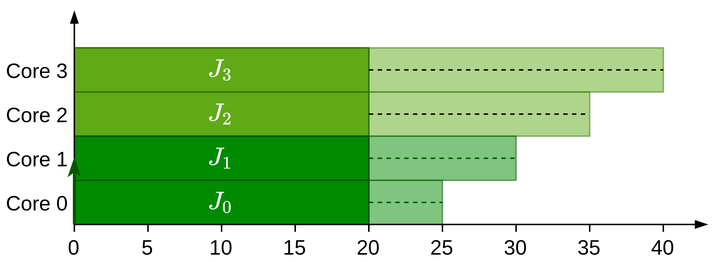
Earlier version of the draw.io export Notes/TFM/images/extra_03/precedence_solution_01_03.png (jmigual/APATeoria). Source tidied: cells renumbered, new cells last; positions are measured from the earlier drawing's top-left corner, leaving out a move shared by most shapes.
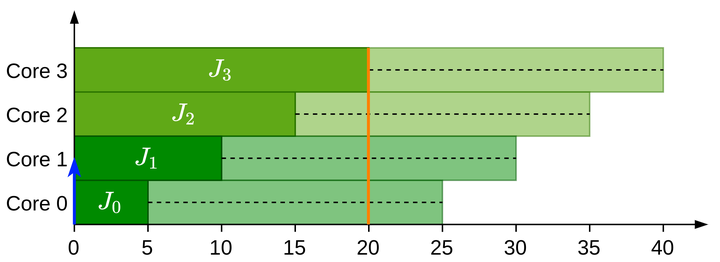
After the commit.

What changed in the source:
```diff
@@ -2,145 +2,154 @@
   <root>
     <mxCell id="0" />
     <mxCell id="1" parent="0" />
-    <mxCell id="2" style="rounded=0;whiteSpace=wrap;html=1;align=center;fillColor=#60a917;strokeColor=#2D7600;fontColor=#ffffff;comic=0;fontSize=14;opacity=50;" parent="1" vertex="1">
-      <mxGeometry x="200" y="25" width="250" height="30" as="geometry" />
+    <mxCell id="2" value="10" style="text;html=1;strokeColor=none;fillColor=none;align=center;verticalAlign=middle;whiteSpace=wrap;rounded=0;fontSize=14;" parent="1" vertex="1">
+      <mxGeometry x="645" y="35" width="20" height="20" as="geometry" />
     </mxCell>
-    <mxCell id="3" value="$$J_{3}$$" style="rounded=0;whiteSpace=wrap;html=1;align=center;fillColor=#60a917;strokeColor=#2D7600;fontColor=#ffffff;comic=0;fontSize=14;" parent="1" vertex="1">
-      <mxGeometry x="50" y="25" width="200" height="30" as="geometry" />
+    <mxCell id="3" style="rounded=0;whiteSpace=wrap;html=1;align=center;fillColor=#60a917;strokeColor=#2D7600;fontColor=#ffffff;comic=0;fontSize=14;opacity=50;" parent="1" vertex="1">
+      <mxGeometry x="705" y="25" width="250" height="30" as="geometry" />
     </mxCell>
-    <mxCell id="4" style="rounded=0;whiteSpace=wrap;html=1;align=center;fillColor=#60a917;strokeColor=#2D7600;fontColor=#ffffff;comic=0;fontSize=14;opacity=50;" parent="1" vertex="1">
-      <mxGeometry x="150" y="55" width="250" height="30" as="geometry" />
+    <mxCell id="4" value="$$J_{3}$$" style="rounded=0;whiteSpace=wrap;html=1;align=center;fillColor=#60a917;strokeColor=#2D7600;fontColor=#ffffff;comic=0;fontSize=14;" parent="1" vertex="1">
+      <mxGeometry x="555" y="25" width="200" height="30" as="geometry" />
     </mxCell>
-    <mxCell id="5" value="$$J_{2}$$" style="rounded=0;whiteSpace=wrap;html=1;align=center;fillColor=#60a917;strokeColor=#2D7600;fontColor=#ffffff;comic=0;fontSize=14;" parent="1" vertex="1">
-      <mxGeometry x="50" y="55" width="200" height="30" as="geometry" />
+    <mxCell id="5" style="rounded=0;whiteSpace=wrap;html=1;align=center;fillColor=#60a917;strokeColor=#2D7600;fontColor=#ffffff;comic=0;fontSize=14;opacity=50;" parent="1" vertex="1">
+      <mxGeometry x="655" y="55" width="250" height="30" as="geometry" />
     </mxCell>
-    <mxCell id="6" style="rounded=0;whiteSpace=wrap;html=1;align=center;fillColor=#008a00;strokeColor=#005700;fontColor=#ffffff;comic=0;fontSize=14;opacity=50;" parent="1" vertex="1">
-      <mxGeometry x="150" y="85" width="200" height="30" as="geometry" />
+    <mxCell id="6" value="$$J_{2}$$" style="rounded=0;whiteSpace=wrap;html=1;align=center;fillColor=#60a917;strokeColor=#2D7600;fontColor=#ffffff;comic=0;fontSize=14;" parent="1" vertex="1">
+      <mxGeometry x="555" y="55" width="150" height="30" as="geometry" />
     </mxCell>
-    <mxCell id="7" style="rounded=0;whiteSpace=wrap;html=1;align=center;fillColor=#008a00;strokeColor=#005700;fontColor=#ffffff;comic=0;fontSize=14;gradientDirection=east;opacity=50;" parent="1" vertex="1">
-      <mxGeometry x="100" y="115" width="200" height="30" as="geometry" />
+    <mxCell id="7" style="rounded=0;whiteSpace=wrap;html=1;align=center;fillColor=#008a00;strokeColor=#005700;fontColor=#ffffff;comic=0;fontSize=14;opacity=50;" parent="1" vertex="1">
+      <mxGeometry x="655" y="85" width="200" height="30" as="geometry" />
     </mxCell>
-    <mxCell id="8" value="$$J_{1}$$" style="rounded=0;whiteSpace=wrap;html=1;align=center;fillColor=#008a00;strokeColor=#005700;fontColor=#ffffff;comic=0;fontSize=14;" parent="1" vertex="1">
-      <mxGeometry x="50" y="85" width="200" height="30" as="geometry" />
+    <mxCell id="8" style="rounded=0;whiteSpace=wrap;html=1;align=center;fillColor=#008a00;strokeColor=#005700;fontColor=#ffffff;comic=0;fontSize=14;gradientDirection=east;opacity=50;" parent="1" vertex="1">
+      <mxGeometry x="605" y="115" width="200" height="30" as="geometry" />
     </mxCell>
-    <mxCell id="9" value="$$J_{0}$$" style="rounded=0;whiteSpace=wrap;html=1;align=center;fillColor=#008a00;strokeColor=#005700;fontColor=#ffffff;comic=0;fontSize=14;" parent="1" vertex="1">
-      <mxGeometry x="50" y="115" width="200" height="30" as="geometry" />
+    <mxCell id="9" value="$$J_{1}$$" style="rounded=0;whiteSpace=wrap;html=1;align=center;fillColor=#008a00;strokeColor=#005700;fontColor=#ffffff;comic=0;fontSize=14;" parent="1" vertex="1">
+      <mxGeometry x="555" y="85" width="100" height="30" as="geometry" />
     </mxCell>
-    <mxCell id="10" style="endArrow=blockThin;html=1;strokeColor=#000000;endFill=1;exitX=0.5;exitY=0;exitDx=0;exitDy=0;" parent="1" edge="1">
-      <mxGeometry relative="1" as="geometry">
-        <mxPoint x="50" y="150" as="sourcePoint" />
-        <mxPoint x="50" as="targetPoint" />
-      </mxGeometry>
+    <mxCell id="10" value="$$J_{0}$$" style="rounded=0;whiteSpace=wrap;html=1;align=center;fillColor=#008a00;strokeColor=#005700;fontColor=#ffffff;comic=0;fontSize=14;" parent="1" vertex="1">
+      <mxGeometry x="555" y="115" width="50" height="30" as="geometry" />
     </mxCell>
-    <mxCell id="11" value="&lt;div style=&quot;font-size: 14px;&quot;&gt;0&lt;/div&gt;" style="text;html=1;strokeColor=none;fillColor=none;align=center;verticalAlign=middle;whiteSpace=wrap;rounded=0;fontSize=14;" parent="1" vertex="1">
-      <mxGeometry x="40" y="150" width="20" height="20" as="geometry" />
+    <mxCell id="11" style="endArrow=blockThin;html=1;strokeColor=#000000;endFill=1;exitX=0.5;exitY=0;exitDx=0;exitDy=0;" parent="1" edge="1">
+      <mxGeometry relative="1" as="geometry">
+        <mxPoint x="555" y="150" as="sourcePoint" />
+        <mxPoint x="555" as="targetPoint" />
+      </mxGeometry>
     </mxCell>
-    <mxCell id="12" value="5" style="text;html=1;strokeColor=none;fillColor=none;align=center;verticalAlign=middle;whiteSpace=wrap;rounded=0;fontSize=14;" parent="1" vertex="1">
-      <mxGeometry x="90" y="150" width="20" height="20" as="geometry" />
+    <mxCell id="12" value="&lt;div style=&quot;font-size: 14px;&quot;&gt;0&lt;/div&gt;" style="text;html=1;strokeColor=none;fillColor=none;align=center;verticalAlign=middle;whiteSpace=wrap;rounded=0;fontSize=14;" parent="1" vertex="1">
+      <mxGeometry x="545" y="150" width="20" height="20" as="geometry" />
     </mxCell>
-    <mxCell id="13" value="10" style="text;html=1;strokeColor=none;fillColor=none;align=center;verticalAlign=middle;whiteSpace=wrap;rounded=0;fontSize=14;" parent="1" vertex="1">
-      <mxGeometry x="140" y="150" width="20" height="20" as="geometry" />
+    <mxCell id="13" value="5" style="text;html=1;strokeColor=none;fillColor=none;align=center;verticalAlign=middle;whiteSpace=wrap;rounded=0;fontSize=14;" parent="1" vertex="1">
+      <mxGeometry x="595" y="150" width="20" height="20" as="geometry" />
     </mxCell>
-    <mxCell id="14" value="15" style="text;html=1;strokeColor=none;fillColor=none;align=center;verticalAlign=middle;whiteSpace=wrap;rounded=0;fontSize=14;" parent="1" vertex="1">
-      <mxGeometry x="190" y="150" width="20" height="20" as="geometry" />
+    <mxCell id="14" value="10" style="text;html=1;strokeColor=none;fillColor=none;align=center;verticalAlign=middle;whiteSpace=wrap;rounded=0;fontSize=14;" parent="1" vertex="1">
+      <mxGeometry x="645" y="150" width="20" height="20" as="geometry" />
     </mxCell>
-    <mxCell id="15" value="20" style="text;html=1;strokeColor=none;fillColor=none;align=center;verticalAlign=middle;whiteSpace=wrap;rounded=0;fontSize=14;" parent="1" vertex="1">
-      <mxGeometry x="240" y="150" width="20" height="20" as="geometry" />
+    <mxCell id="15" value="15" style="text;html=1;strokeColor=none;fillColor=none;align=center;verticalAlign=middle;whiteSpace=wrap;rounded=0;fontSize=14;" parent="1" vertex="1">
+      <mxGeometry x="695" y="150" width="20" height="20" as="geometry" />
     </mxCell>
-    <mxCell id="16" value="Core 0" style="text;html=1;strokeColor=none;fillColor=none;align=center;verticalAlign=middle;whiteSpace=wrap;rounded=0;fontSize=14;fontColor=#000000;" parent="1" vertex="1">
-      <mxGeometry y="120" width="50" height="20" as="geometry" />
+    <mxCell id="16" value="20" style="text;html=1;strokeColor=none;fillColor=none;align=center;verticalAlign=middle;whiteSpace=wrap;rounded=0;fontSize=14;" parent="1" vertex="1">
+      <mxGeometry x="745" y="150" width="20" height="20" as="geometry" />
     </mxCell>
-    <mxCell id="17" value="Core 1" style="text;html=1;strokeColor=none;fillColor=none;align=center;verticalAlign=middle;whiteSpace=wrap;rounded=0;fontSize=14;fontColor=#000000;" parent="1" vertex="1">
-      <mxGeometry y="90" width="50" height="20" as="geometry" />
+    <mxCell id="17" value="Core 0" style="text;html=1;strokeColor=none;fillColor=none;align=center;verticalAlign=middle;whiteSpace=wrap;rounded=0;fontSize=14;fontColor=#000000;" parent="1" vertex="1">
+      <mxGeometry x="505" y="120" width="50" height="20" as="geometry" />
     </mxCell>
-    <mxCell id="18" style="endArrow=none;html=1;" parent="1" edge="1" source="19">
-      <mxGeometry relative="1" as="geometry">
-        <mxPoint x="300" y="145" as="targetPoint" />
-      </mxGeometry>
+    <mxCell id="18" value="Core 1" style="text;html=1;strokeColor=none;fillColor=none;align=center;verticalAlign=middle;whiteSpace=wrap;rounded=0;fontSize=14;fontColor=#000000;" parent="1" vertex="1">
+      <mxGeometry x="505" y="90" width="50" height="20" as="geometry" />
     </mxCell>
-    <mxCell id="19" value="25" style="text;html=1;strokeColor=none;fillColor=none;align=center;verticalAlign=middle;whiteSpace=wrap;rounded=0;fontSize=14;" parent="1" vertex="1">
-      <mxGeometry x="290" y="150" width="20" height="20" as="geometry" />
+    <mxCell id="19" style="endArrow=none;html=1;" parent="1" edge="1" source="20">
+      <mxGeometry relative="1" as="geometry">
+        <mxPoint x="805" y="145" as="targetPoint" />
+      </mxGeometry>
     </mxCell>
-    <mxCell id="20" style="endArrow=none;html=1;exitX=0.5;exitY=0;exitDx=0;exitDy=0;" parent="1" edge="1" source="19">
-      <mxGeometry relative="1" as="geometry">
-        <mxPoint x="300" y="145" as="targetPoint" />
-      </mxGeometry>
+    <mxCell id="20" value="25" style="text;html=1;strokeColor=none;fillColor=none;align=center;verticalAlign=middle;whiteSpace=wrap;rounded=0;fontSize=14;" parent="1" vertex="1">
+      <mxGeometry x="795" y="150" width="20" height="20" as="geometry" />
     </mxCell>
-    <mxCell id="21" style="endArrow=none;html=1;exitX=0.5;exitY=0;exitDx=0;exitDy=0;" parent="1" edge="1" source="15">
+    <mxCell id="21" style="endArrow=none;html=1;exitX=0.5;exitY=0;exitDx=0;exitDy=0;" parent="1" edge="1" source="20">
       <mxGeometry relative="1" as="geometry">
-        <mxPoint x="250" y="145" as="targetPoint" />
+        <mxPoint x="805" y="145" as="targetPoint" />
       </mxGeometry>
     </mxCell>
-    <mxCell id="22" style="endArrow=none;html=1;exitX=0.5;exitY=0;exitDx=0;exitDy=0;" parent="1" edge="1" source="14">
+    <mxCell id="22" style="endArrow=none;html=1;exitX=0.5;exitY=0;exitDx=0;exitDy=0;" parent="1" edge="1" source="16">
       <mxGeometry relative="1" as="geometry">
-        <mxPoint x="200" y="145" as="targetPoint" />
+        <mxPoint x="755" y="145" as="targetPoint" />
       </mxGeometry>
     </mxCell>
-    <mxCell id="23" style="endArrow=none;html=1;exitX=0.5;exitY=0;exitDx=0;exitDy=0;" parent="1" edge="1" source="13">
+    <mxCell id="23" style="endArrow=none;html=1;exitX=0.5;exitY=0;exitDx=0;exitDy=0;" parent="1" edge="1" source="15">
       <mxGeometry relative="1" as="geometry">
-        <mxPoint x="150" y="145" as="targetPoint" />
+        <mxPoint x="705" y="145" as="targetPoint" />
       </mxGeometry>
     </mxCell>
-    <mxCell id="24" style="endArrow=none;html=1;exitX=0.5;exitY=0;exitDx=0;exitDy=0;" parent="1" edge="1" source="12">
+    <mxCell id="24" style="endArrow=none;html=1;exitX=0.5;exitY=0;exitDx=0;exitDy=0;" parent="1" edge="1" source="14">
       <mxGeometry relative="1" as="geometry">
-        <mxPoint x="100" y="145" as="targetPoint" />
+        <mxPoint x="655" y="145" as="targetPoint" />
       </mxGeometry>
     </mxCell>
-    <mxCell id="25" style="endArrow=none;html=1;" parent="1" edge="1" source="26">
+    <mxCell id="25" style="endArrow=none;html=1;exitX=0.5;exitY=0;exitDx=0;exitDy=0;" parent="1" edge="1" source="13">
       <mxGeometry relative="1" as="geometry">
-        <mxPoint x="350" y="145" as="targetPoint" />
+        <mxPoint x="605" y="145" as="targetPoint" />
       </mxGeometry>
     </mxCell>
-    <mxCell id="26" value="30" style="text;html=1;strokeColor=none;fillColor=none;align=center;verticalAlign=middle;whiteSpace=wrap;rounded=0;fontSize=14;" parent="1" vertex="1">
-      <mxGeometry x="340" y="150" width="20" height="20" as="geometry" />
+    <mxCell id="26" style="endArrow=none;html=1;" parent="1" edge="1" source="27">
+      <mxGeometry relative="1" as="geometry">
+        <mxPoint x="855" y="145" as="targetPoint" />
+      </mxGeometry>
     </mxCell>
-    <mxCell id="27" value="Core 2" style="text;html=1;strokeColor=none;fillColor=none;align=center;verticalAlign=middle;whiteSpace=wrap;rounded=0;fontSize=14;fontColor=#000000;" parent="1" vertex="1">
-      <mxGeometry y="60" width="50" height="20" as="geometry" />
+    <mxCell id="27" value="30" style="text;html=1;strokeColor=none;fillColor=none;align=center;verticalAlign=middle;whiteSpace=wrap;rounded=0;fontSize=14;" parent="1" vertex="1">
+      <mxGeometry x="845" y="150" width="20" height="20" as="geometry" />
     </mxCell>
-    <mxCell id="28" style="endArrow=blockThin;html=1;endFill=1;" parent="1" edge="1">
-      <mxGeometry relative="1" as="geometry">
-        <mxPoint x="50" y="145" as="sourcePoint" />
-        <mxPoint x="480" y="145" as="targetPoint" />
-      </mxGeometry>
+    <mxCell id="28" value="Core 2" style="text;html=1;strokeColor=none;fillColor=none;align=center;verticalAlign=middle;whiteSpace=wrap;rounded=0;fontSize=14;fontColor=#000000;" parent="1" vertex="1">
+      <mxGeometry x="505" y="60" width="50" height="20" as="geometry" />
     </mxCell>
-    <mxCell id="29" style="endArrow=classicThin;html=1;strokeColor=#005700;fillColor=#008a00;endFill=1;strokeWidth=2;" parent="1" edge="1">
+    <mxCell id="29" style="endArrow=blockThin;html=1;endFill=1;" parent="1" edge="1">
       <mxGeometry relative="1" as="geometry">
-        <mxPoint x="50" y="145" as="sourcePoint" />
-        <mxPoint x="50" y="100" as="targetPoint" />
+        <mxPoint x="555" y="145" as="sourcePoint" />
+        <mxPoint x="985" y="145" as="targetPoint" />
       </mxGeometry>
     </mxCell>
-    <mxCell id="30" value="Core 3" style="text;html=1;strokeColor=none;fillColor=none;align=center;verticalAlign=middle;whiteSpace=wrap;rounded=0;fontSize=14;fontColor=#000000;" parent="1" vertex="1">
-      <mxGeometry y="30" width="50" height="20" as="geometry" />
+    <mxCell id="30" style="endArrow=classicThin;html=1;strokeColor=#0027FF;fillColor=#0050ef;endFill=1;strokeWidth=2;" parent="1" edge="1">
+      <mxGeometry relative="1" as="geometry">
+        <mxPoint x="555" y="145" as="sourcePoint" />
+        <mxPoint x="555" y="100" as="targetPoint" />
+      </mxGeometry>
     </mxCell>
-    <mxCell id="31" style="endArrow=none;dashed=1;html=1;exitX=1;exitY=0.5;exitDx=0;exitDy=0;entryX=1;entryY=0.5;entryDx=0;entryDy=0;fillColor=#008a00;strokeColor=#005700;" parent="1" edge="1" source="9" target="7">
-      <mxGeometry relative="1" as="geometry" />
+    <mxCell id="31" value="Core 3" style="text;html=1;strokeColor=none;fillColor=none;align=center;verticalAlign=middle;whiteSpace=wrap;rounded=0;fontSize=14;fontColor=#000000;" parent="1" vertex="1">
+      <mxGeometry x="505" y="30" width="50" height="20" as="geometry" />
     </mxCell>
-    <mxCell id="32" style="endArrow=none;dashed=1;html=1;exitX=1;exitY=0.5;exitDx=0;exitDy=0;entryX=1;entryY=0.5;entryDx=0;entryDy=0;fillColor=#008a00;strokeColor=#005700;" parent="1" edge="1" source="8" target="6">
+    <mxCell id="32" style="endArrow=none;dashed=1;html=1;exitX=1;exitY=0.5;exitDx=0;exitDy=0;entryX=1;entryY=0.5;entryDx=0;entryDy=0;" parent="1" edge="1" source="10" target="8">
       <mxGeometry relative="1" as="geometry" />
     </mxCell>
-    <mxCell id="33" style="endArrow=none;dashed=1;html=1;exitX=1;exitY=0.5;exitDx=0;exitDy=0;entryX=1;entryY=0.5;entryDx=0;entryDy=0;" parent="1" edge="1" source="5" target="4">
+    <mxCell id="33" style="endArrow=none;dashed=1;html=1;exitX=1;exitY=0.5;exitDx=0;exitDy=0;entryX=1;entryY=0.5;entryDx=0;entryDy=0;" parent="1" edge="1" source="9" target="7">
       <mxGeometry relative="1" as="geometry" />
     </mxCell>
-    <mxCell id="34" style="endArrow=none;html=1;" parent="1" edge="1" source="35">
-      <mxGeometry relative="1" as="geometry">
-        <mxPoint x="400" y="145" as="targetPoint" />
-      </mxGeometry>
+    <mxCell id="34" style="endArrow=none;dashed=1;html=1;exitX=1;exitY=0.5;exitDx=0;exitDy=0;entryX=1;entryY=0.5;entryDx=0;entryDy=0;" parent="1" edge="1" source="6" target="5">
+      <mxGeometry relative="1" as="geometry" />
     </mxCell>
-    <mxCell id="35" value="35" style="text;html=1;strokeColor=none;fillColor=none;align=center;verticalAlign=middle;whiteSpace=wrap;rounded=0;fontSize=14;" parent="1" vertex="1">
-      <mxGeometry x="390" y="150" width="20" height="20" as="geometry" />
+    <mxCell id="35" style="endArrow=none;html=1;" parent="1" edge="1" source="36">
+      <mxGeometry relative="1" as="geometry">
+        <mxPoint x="905" y="145" as="targetPoint" />
+      </mxGeometry>
     </mxCell>
-    <mxCell id="36" style="endArrow=none;html=1;" parent="1" edge="1" source="37">
-      <mxGeometry relative="1" as="geometry">
-        <mxPoint x="450" y="145" as="targetPoint" />
-      </mxGeometry>
+    <mxCell id="36" value="35" style="text;html=1;strokeColor=none;fillColor=none;align=center;verticalAlign=middle;whiteSpace=wrap;rounded=0;fontSize=14;" parent="1" vertex="1">
+      <mxGeometry x="895" y="150" width="20" height="20" as="geometry" />
     </mxCell>
-    <mxCell id="37" value="40" style="text;html=1;strokeColor=none;fillColor=none;align=center;verticalAlign=middle;whiteSpace=wrap;rounded=0;fontSize=14;" parent="1" vertex="1">
-      <mxGeometry x="440" y="150" width="20" height="20" as="geometry" />
+    <mxCell id="37" style="endArrow=none;html=1;" parent="1" edge="1" source="38">
+      <mxGeometry relative="1" as="geometry">
+        <mxPoint x="955" y="145" as="targetPoint" />
+      </mxGeometry>
     </mxCell>
-    <mxCell id="38" style="endArrow=none;dashed=1;html=1;exitX=1;exitY=0.5;exitDx=0;exitDy=0;entryX=1;entryY=0.5;entryDx=0;entryDy=0;" parent="1" edge="1" target="2">
-      <mxGeometry relative="1" as="geometry">
-        <mxPoint x="250" y="40" as="sourcePoint" />
-      </mxGeometry>
+    <mxCell id="38" value="40" style="text;html=1;strokeColor=none;fillColor=none;align=center;verticalAlign=middle;whiteSpace=wrap;rounded=0;fontSize=14;" parent="1" vertex="1">
+      <mxGeometry x="945" y="150" width="20" height="20" as="geometry" />
     </mxCell>
+    <mxCell id="39" style="endArrow=none;dashed=1;html=1;exitX=1;exitY=0.5;exitDx=0;exitDy=0;entryX=1;entryY=0.5;entryDx=0;entryDy=0;" parent="1" edge="1" target="3">
+      <mxGeometry relative="1" as="geometry">
+        <mxPoint x="755" y="40" as="sourcePoint" />
+      </mxGeometry>
+    </mxCell>
+    <mxCell id="40" style="endArrow=none;html=1;fillColor=#f0a30a;strokeColor=#FF8000;strokeWidth=2;" parent="1" edge="1">
+      <mxGeometry relative="1" as="geometry">
+        <mxPoint x="754.7" y="145" as="sourcePoint" />
+        <mxPoint x="754.7" y="25" as="targetPoint" />
+      </mxGeometry>
+    </mxCell>
   </root>
 </mxGraphModel>
```
